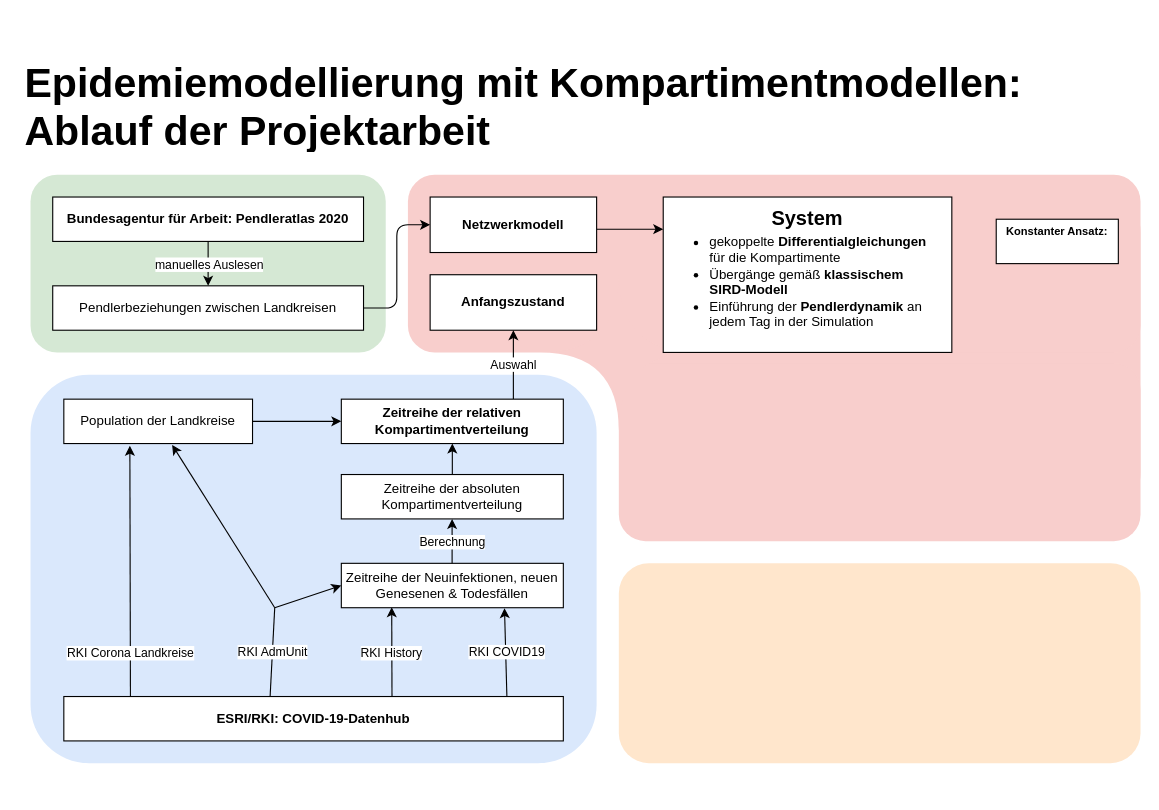
Above: Media/Flowchart.drawio in torbensun/Modeling-Of-Epidemics-With-Compartmental-And-Network-Models (draw.io), before the change. Source tidied: cells renumbered, new cells numbered last; positions are measured from the earlier drawing's top-left corner, leaving out a move shared by most shapes. Both pictures are drawn from the tidied source at 111%, with x=0, y=0 at pixel (19, 52).
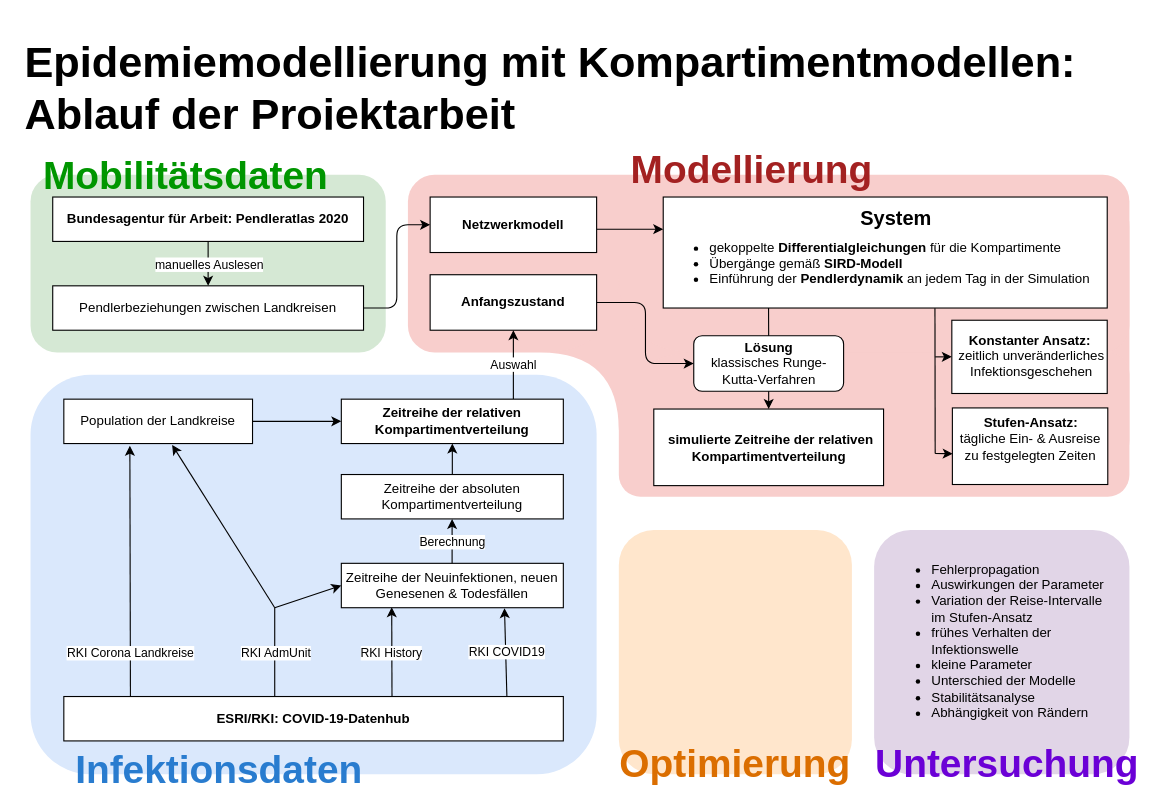
The same diagram, later.

The change refers to these unchanged cells:
```xml
<mxCell id="5" value="&lt;b&gt;ESRI/RKI: COVID-19-Datenhub&lt;/b&gt;" style="rounded=0;whiteSpace=wrap;html=1;" parent="1" vertex="1">
  <mxGeometry x="40" y="580" width="450" height="40" as="geometry" />
</mxCell>
<mxCell id="33" value="&lt;b&gt;Anfangszustand&lt;br&gt;&lt;/b&gt;" style="rounded=0;whiteSpace=wrap;html=1;" parent="1" vertex="1">
  <mxGeometry x="370" y="200" width="150" height="50" as="geometry" />
</mxCell>
```

Diff of the diagram source:
```diff
@@
     <mxCell id="2" style="rounded=1;whiteSpace=wrap;html=1;strokeWidth=0;fillColor=#dae8fc;strokeColor=none;" parent="1" vertex="1">
-      <mxGeometry x="10" y="290" width="510" height="350" as="geometry" />
+      <mxGeometry x="10" y="290" width="510" height="360" as="geometry" />
     </mxCell>
@@
-    <mxCell id="10" style="endArrow=none;html=1;exitX=0.413;exitY=-0.005;exitDx=0;exitDy=0;exitPerimeter=0;endFill=0;" parent="1" edge="1" source="5">
+    <mxCell id="10" style="endArrow=none;html=1;endFill=0;" parent="1" edge="1">
       <mxGeometry relative="1" as="geometry">
+        <mxPoint x="230" y="580" as="sourcePoint" />
         <mxPoint x="230" y="500" as="targetPoint" />
       </mxGeometry>
     </mxCell>
@@
     <mxCell id="23" style="rounded=1;whiteSpace=wrap;html=1;strokeWidth=0;fillColor=#f8cecc;strokeColor=none;" parent="1" vertex="1">
-      <mxGeometry x="550" y="115" width="460" height="310" as="geometry" />
+      <mxGeometry x="550" y="115" width="450" height="275" as="geometry" />
     </mxCell>
     <mxCell id="24" style="rounded=1;whiteSpace=wrap;html=1;strokeWidth=0;fillColor=#f8cecc;strokeColor=none;" parent="1" vertex="1">
-      <mxGeometry x="350" y="110" width="660" height="160" as="geometry" />
+      <mxGeometry x="350" y="110" width="650" height="160" as="geometry" />
     </mxCell>
     <mxCell id="25" style="rounded=1;whiteSpace=wrap;html=1;strokeWidth=0;fillColor=#ffe6cc;strokeColor=none;" parent="1" vertex="1">
-      <mxGeometry x="540" y="460" width="470" height="180" as="geometry" />
+      <mxGeometry x="540" y="430" width="210" height="220" as="geometry" />
     </mxCell>
@@
     <mxCell id="30" style="rounded=1;whiteSpace=wrap;html=1;strokeWidth=0;fillColor=#f8cecc;strokeColor=none;" parent="1" vertex="1">
-      <mxGeometry x="540" y="280" width="470" height="160" as="geometry" />
+      <mxGeometry x="540" y="270" width="460" height="130" as="geometry" />
     </mxCell>
@@
-    <mxCell id="35" value="&lt;h1&gt;&lt;font style=&quot;font-size: 37px&quot;&gt;Epidemiemodellierung mit Kompartimentmodellen: Ablauf der Projektarbeit&lt;/font&gt;&lt;/h1&gt;" style="text;html=1;strokeColor=none;fillColor=none;spacing=5;spacingTop=-20;whiteSpace=wrap;overflow=hidden;rounded=0;" parent="1" vertex="1">
-      <mxGeometry width="930" height="90" as="geometry" />
+    <mxCell id="35" value="&lt;h1&gt;&lt;font style=&quot;font-size: 39px&quot;&gt;Epidemiemodellierung mit Kompartimentmodellen: Ablauf der Projektarbeit&lt;/font&gt;&lt;/h1&gt;" style="text;html=1;strokeColor=none;fillColor=none;spacing=5;spacingTop=-20;whiteSpace=wrap;overflow=hidden;rounded=0;" parent="1" vertex="1">
+      <mxGeometry y="-20" width="990" height="90" as="geometry" />
     </mxCell>
@@
     <mxCell id="38" style="rounded=0;whiteSpace=wrap;html=1;strokeWidth=1;" parent="1" vertex="1">
-      <mxGeometry x="580" y="130" width="260" height="140" as="geometry" />
+      <mxGeometry x="580" y="130" width="400" height="100" as="geometry" />
     </mxCell>
     <mxCell id="39" value="&lt;b style=&quot;font-size: 18px;&quot;&gt;System&lt;/b&gt;" style="text;html=1;strokeColor=none;fillColor=none;align=center;verticalAlign=middle;whiteSpace=wrap;rounded=0;fontSize=18;" parent="1" vertex="1">
-      <mxGeometry x="690" y="140" width="40" height="20" as="geometry" />
+      <mxGeometry x="770" y="140" width="40" height="20" as="geometry" />
     </mxCell>
-    <mxCell id="40" value="&lt;ul&gt;&lt;li&gt;gekoppelte &lt;b&gt;Differentialgleichungen &lt;/b&gt;für die Kompartimente&lt;/li&gt;&lt;li&gt;Übergänge gemäß &lt;b&gt;klassischem SIRD-Modell&lt;/b&gt;&lt;/li&gt;&lt;li&gt;Einführung der &lt;b&gt;Pendlerdynamik&lt;/b&gt;&amp;nbsp;an jedem Tag in der Simulation&lt;/li&gt;&lt;/ul&gt;" style="text;strokeColor=none;fillColor=none;html=1;whiteSpace=wrap;verticalAlign=middle;overflow=hidden;" parent="1" vertex="1">
-      <mxGeometry x="580" y="150" width="240" height="112.5" as="geometry" />
+    <mxCell id="40" value="&lt;ul&gt;&lt;li&gt;gekoppelte &lt;b&gt;Differentialgleichungen &lt;/b&gt;für die Kompartimente&lt;/li&gt;&lt;li&gt;Übergänge gemäß&amp;nbsp;&lt;b&gt;SIRD-Modell&lt;/b&gt;&lt;/li&gt;&lt;li&gt;Einführung der &lt;b&gt;Pendlerdynamik&lt;/b&gt;&amp;nbsp;an jedem Tag in der Simulation&lt;/li&gt;&lt;/ul&gt;" style="text;strokeColor=none;fillColor=none;html=1;whiteSpace=wrap;verticalAlign=middle;overflow=hidden;" parent="1" vertex="1">
+      <mxGeometry x="580" y="153.8" width="390" height="66.2" as="geometry" />
     </mxCell>
@@
+    <mxCell id="43" value="Mobilitätsdaten" style="text;strokeColor=none;fillColor=none;align=center;verticalAlign=middle;rounded=0;horizontal=1;labelBorderColor=none;whiteSpace=wrap;html=1;fontSize=35;fontStyle=1;fontColor=#009600;" parent="1" vertex="1">
+      <mxGeometry x="130" y="100" width="40" height="20" as="geometry" />
+    </mxCell>
+    <mxCell id="44" value="Infektionsdaten" style="text;strokeColor=none;fillColor=none;align=center;verticalAlign=middle;rounded=0;horizontal=1;labelBorderColor=none;whiteSpace=wrap;html=1;fontSize=35;fontStyle=1;fontColor=#297CCF;" parent="1" vertex="1">
+      <mxGeometry x="160" y="635" width="40" height="20" as="geometry" />
+    </mxCell>
+    <mxCell id="45" value="&lt;font color=&quot;#a32121&quot;&gt;Modellierung&lt;/font&gt;" style="text;strokeColor=none;fillColor=none;align=center;verticalAlign=middle;rounded=0;horizontal=1;labelBorderColor=none;whiteSpace=wrap;html=1;fontSize=35;fontStyle=1;fontColor=#297CCF;" parent="1" vertex="1">
+      <mxGeometry x="640" y="95" width="40" height="20" as="geometry" />
+    </mxCell>
+    <mxCell id="46" style="rounded=1;whiteSpace=wrap;html=1;strokeWidth=0;fillColor=#e1d5e7;strokeColor=none;" parent="1" vertex="1">
+      <mxGeometry x="770" y="430" width="230" height="220" as="geometry" />
+    </mxCell>
+    <mxCell id="47" value="&lt;font color=&quot;#db6e00&quot;&gt;Optimierung&lt;/font&gt;" style="text;strokeColor=none;fillColor=none;align=center;verticalAlign=middle;rounded=0;horizontal=1;labelBorderColor=none;whiteSpace=wrap;html=1;fontSize=35;fontStyle=1;fontColor=#297CCF;" parent="1" vertex="1">
+      <mxGeometry x="625" y="630" width="40" height="20" as="geometry" />
+    </mxCell>
+    <mxCell id="48" value="&lt;font color=&quot;#6b00d6&quot;&gt;Untersuchung&lt;/font&gt;" style="text;strokeColor=none;fillColor=none;align=center;verticalAlign=middle;rounded=0;horizontal=1;labelBorderColor=none;whiteSpace=wrap;html=1;fontSize=35;fontStyle=1;fontColor=#297CCF;" parent="1" vertex="1">
+      <mxGeometry x="870" y="630" width="40" height="20" as="geometry" />
+    </mxCell>
+    <mxCell id="49" value="&lt;ul&gt;&lt;li&gt;Fehlerpropagation&lt;/li&gt;&lt;li&gt;Auswirkungen der Parameter&lt;/li&gt;&lt;li&gt;Variation der Reise-Intervalle im Stufen-Ansatz&lt;/li&gt;&lt;li&gt;frühes Verhalten der Infektionswelle&lt;/li&gt;&lt;li&gt;kleine Parameter&lt;/li&gt;&lt;li&gt;Unterschied der Modelle&lt;/li&gt;&lt;li&gt;Stabilitätsanalyse&lt;/li&gt;&lt;li&gt;Abhängigkeit von Rändern&lt;/li&gt;&lt;/ul&gt;" style="text;strokeColor=none;fillColor=none;html=1;whiteSpace=wrap;verticalAlign=middle;overflow=hidden;fontSize=12;fontColor=#000000;" parent="1" vertex="1">
+      <mxGeometry x="780" y="440" width="210" height="180" as="geometry" />
+    </mxCell>
+    <mxCell id="50" value="&lt;b&gt;&amp;nbsp;simulierte Zeitreihe der relativen Kompartimentverteilung&lt;/b&gt;" style="rounded=0;whiteSpace=wrap;html=1;" parent="1" vertex="1">
+      <mxGeometry x="571.5" y="321" width="207" height="69" as="geometry" />
+    </mxCell>
+    <mxCell id="51" style="rounded=0;whiteSpace=wrap;html=1;fontSize=12;fontColor=#000000;strokeColor=#000000;strokeWidth=1;verticalAlign=middle;" parent="1" vertex="1">
+      <mxGeometry x="840" y="241" width="140" height="66" as="geometry" />
+    </mxCell>
-    <mxCell id="42" value="&lt;font size=&quot;1&quot;&gt;&lt;b&gt;Konstanter Ansatz:&lt;br&gt;&lt;br&gt;&lt;/b&gt;&lt;/font&gt;" style="rounded=0;whiteSpace=wrap;html=1;fontSize=18;strokeWidth=1;" parent="1" vertex="1">
-      <mxGeometry x="880" y="150" width="110" height="40" as="geometry" />
+    <mxCell id="42" value="&lt;font style=&quot;font-size: 12px&quot; color=&quot;#000000&quot;&gt;&lt;b&gt;Konstanter Ansatz:&lt;/b&gt;&lt;/font&gt;" style="text;html=1;strokeColor=none;fillColor=none;align=center;verticalAlign=middle;whiteSpace=wrap;rounded=0;fontSize=35;fontColor=#297CCF;" parent="1" vertex="1">
+      <mxGeometry x="847.5" y="246.2" width="125" height="10" as="geometry" />
     </mxCell>
+    <mxCell id="52" value="zeitlich unveränderliches Infektionsgeschehen" style="text;strokeColor=none;fillColor=none;align=center;verticalAlign=middle;whiteSpace=wrap;rounded=0;fontSize=12;" parent="1" vertex="1">
+      <mxGeometry x="843" y="270" width="137.5" height="20" as="geometry" />
+    </mxCell>
+    <mxCell id="53" style="rounded=0;whiteSpace=wrap;html=1;fontSize=12;fontColor=#000000;strokeColor=#000000;strokeWidth=1;verticalAlign=middle;" parent="1" vertex="1">
+      <mxGeometry x="840.5" y="320" width="140" height="69" as="geometry" />
+    </mxCell>
+    <mxCell id="54" value="&lt;font style=&quot;font-size: 12px&quot; color=&quot;#000000&quot;&gt;&lt;b&gt;Stufen-Ansatz:&lt;/b&gt;&lt;/font&gt;" style="text;html=1;strokeColor=none;fillColor=none;align=center;verticalAlign=middle;whiteSpace=wrap;rounded=0;fontSize=35;fontColor=#297CCF;" parent="1" vertex="1">
+      <mxGeometry x="849.2" y="320" width="125" height="10" as="geometry" />
+    </mxCell>
+    <mxCell id="55" value="tägliche Ein- &amp; Ausreise&#10;zu festgelegten Zeiten" style="text;strokeColor=none;fillColor=none;align=center;verticalAlign=middle;whiteSpace=wrap;rounded=0;fontSize=12;" parent="1" vertex="1">
+      <mxGeometry x="836.8" y="345" width="147.5" height="20" as="geometry" />
+    </mxCell>
+    <mxCell id="56" style="endArrow=classic;html=1;fontSize=12;fontColor=#000000;entryX=0;entryY=0.5;entryDx=0;entryDy=0;" parent="1" edge="1" target="51">
+      <mxGeometry relative="1" as="geometry">
+        <mxPoint x="825" y="274" as="sourcePoint" />
+      </mxGeometry>
+    </mxCell>
+    <mxCell id="57" style="endArrow=none;html=1;fontSize=12;fontColor=#000000;entryX=0.612;entryY=1.002;entryDx=0;entryDy=0;entryPerimeter=0;" parent="1" edge="1" target="38">
+      <mxGeometry relative="1" as="geometry">
+        <mxPoint x="825" y="361" as="sourcePoint" />
+      </mxGeometry>
+    </mxCell>
+    <mxCell id="58" style="endArrow=classic;html=1;fontSize=12;fontColor=#000000;entryX=0.002;entryY=0.598;entryDx=0;entryDy=0;entryPerimeter=0;" parent="1" edge="1" target="53">
+      <mxGeometry relative="1" as="geometry">
+        <mxPoint x="825" y="361" as="sourcePoint" />
+      </mxGeometry>
+    </mxCell>
+    <mxCell id="59" value="&lt;b&gt;Lösung&lt;/b&gt;&lt;br&gt;klassisches Runge-Kutta-Verfahren" style="rounded=1;whiteSpace=wrap;html=1;fontSize=12;fontColor=#000000;strokeColor=#000000;strokeWidth=1;verticalAlign=middle;" parent="1" vertex="1">
+      <mxGeometry x="607.5" y="255" width="135" height="50" as="geometry" />
+    </mxCell>
+    <mxCell id="60" style="endArrow=classic;html=1;fontSize=12;fontColor=#000000;exitX=0.5;exitY=1;exitDx=0;exitDy=0;entryX=0.5;entryY=0;entryDx=0;entryDy=0;" parent="1" edge="1" source="59" target="50">
+      <mxGeometry relative="1" as="geometry" />
+    </mxCell>
+    <mxCell id="61" style="endArrow=none;html=1;fontSize=12;fontColor=#000000;exitX=0.5;exitY=1;exitDx=0;exitDy=0;entryX=0.5;entryY=0;entryDx=0;entryDy=0;endFill=0;" parent="1" edge="1" target="59">
+      <mxGeometry relative="1" as="geometry">
+        <mxPoint x="674.9" y="230" as="sourcePoint" />
+        <Array as="points">
+          <mxPoint x="674.9" y="235" />
+        </Array>
+      </mxGeometry>
+    </mxCell>
+    <mxCell id="62" style="edgeStyle=elbowEdgeStyle;elbow=horizontal;endArrow=classic;html=1;fontSize=12;fontColor=#000000;entryX=0;entryY=0.5;entryDx=0;entryDy=0;" parent="1" edge="1" source="33" target="59">
+      <mxGeometry relative="1" as="geometry" />
+    </mxCell>
```
